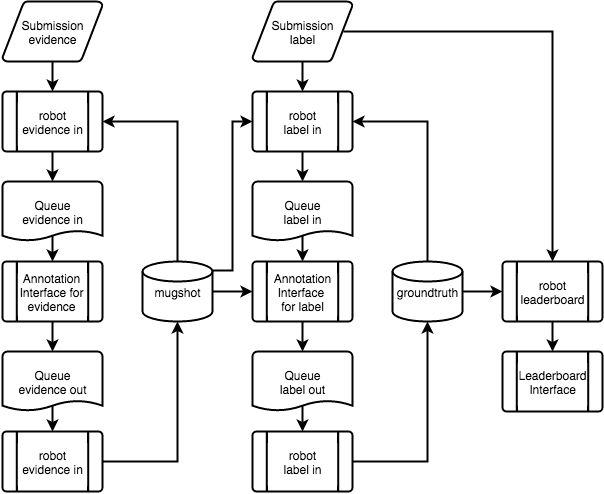
camomile-project/LREC2016 keeps this draw.io diagram as figs/annotation_process.png. Above is the earlier version. Source tidied: cells renumbered, new cells last; positions are measured from the earlier drawing's top-left corner, leaving out a move shared by most shapes. The source it was exported from:
```xml
<mxGraphModel background="#ffffff">
  <root>
    <mxCell id="0" />
    <mxCell id="1" parent="0" />
    <mxCell id="2" value="mugshot" style="strokeWidth=2;html=1;shape=mxgraph.flowchart.database;whiteSpace=wrap;" parent="1" vertex="1">
      <mxGeometry x="140" y="260" width="70" height="60" as="geometry" />
    </mxCell>
    <mxCell id="3" value="Annotation&lt;div&gt;Interface for evidence&lt;/div&gt;" style="strokeWidth=2;html=1;shape=mxgraph.flowchart.predefined_process;whiteSpace=wrap;" parent="1" vertex="1">
      <mxGeometry y="260" width="100" height="60" as="geometry" />
    </mxCell>
    <mxCell id="4" value="Submission&lt;div&gt;evidence&lt;/div&gt;" style="strokeWidth=2;html=1;shape=mxgraph.flowchart.data;whiteSpace=wrap;" parent="1" vertex="1">
      <mxGeometry width="100" height="60" as="geometry" />
    </mxCell>
    <mxCell id="5" style="endArrow=classic;html=1;exitX=0.5;exitY=1;exitPerimeter=0;entryX=0.5;entryY=0;entryPerimeter=0;strokeWidth=2;" parent="1" edge="1" source="4" target="8">
      <mxGeometry relative="1" as="geometry" />
    </mxCell>
    <mxCell id="6" value="Queue&lt;div&gt;evidence in&lt;/div&gt;" style="strokeWidth=2;html=1;shape=mxgraph.flowchart.document;whiteSpace=wrap;" parent="1" vertex="1">
      <mxGeometry y="180" width="100" height="60" as="geometry" />
    </mxCell>
    <mxCell id="7" style="endArrow=classic;html=1;exitX=0.5;exitY=0.9;exitPerimeter=0;strokeWidth=2;" parent="1" edge="1" source="6" target="3">
      <mxGeometry x="70" y="153" as="geometry" />
    </mxCell>
    <mxCell id="8" value="robot&lt;div&gt;evidence in&lt;/div&gt;" style="strokeWidth=2;html=1;shape=mxgraph.flowchart.predefined_process;whiteSpace=wrap;" parent="1" vertex="1">
      <mxGeometry y="90" width="100" height="60" as="geometry" />
    </mxCell>
    <mxCell id="9" style="edgeStyle=orthogonalEdgeStyle;rounded=0;html=1;exitX=0.5;exitY=1;exitPerimeter=0;entryX=0.5;entryY=0;entryPerimeter=0;strokeWidth=2;" parent="1" edge="1" source="8" target="6">
      <mxGeometry relative="1" as="geometry" />
    </mxCell>
    <mxCell id="10" style="edgeStyle=orthogonalEdgeStyle;rounded=0;html=1;exitX=0.5;exitY=0;exitPerimeter=0;entryX=1;entryY=0.5;entryPerimeter=0;strokeWidth=2;" parent="1" edge="1" source="2" target="8">
      <mxGeometry relative="1" as="geometry">
        <Array as="points">
          <mxPoint x="175" y="120" />
        </Array>
      </mxGeometry>
    </mxCell>
    <mxCell id="11" value="Queue&lt;div&gt;evidence out&lt;/div&gt;" style="strokeWidth=2;html=1;shape=mxgraph.flowchart.document;whiteSpace=wrap;" parent="1" vertex="1">
      <mxGeometry y="350" width="100" height="60" as="geometry" />
    </mxCell>
    <mxCell id="12" style="edgeStyle=orthogonalEdgeStyle;rounded=0;html=1;exitX=0.5;exitY=1;exitPerimeter=0;entryX=0.5;entryY=0;entryPerimeter=0;strokeWidth=2;" parent="1" edge="1" source="3" target="11">
      <mxGeometry relative="1" as="geometry" />
    </mxCell>
    <mxCell id="13" value="robot&lt;div&gt;evidence in&lt;/div&gt;" style="strokeWidth=2;html=1;shape=mxgraph.flowchart.predefined_process;whiteSpace=wrap;" parent="1" vertex="1">
      <mxGeometry y="430" width="100" height="60" as="geometry" />
    </mxCell>
    <mxCell id="14" style="edgeStyle=orthogonalEdgeStyle;rounded=0;html=1;exitX=0.5;exitY=0.9;exitPerimeter=0;entryX=0.5;entryY=0;entryPerimeter=0;strokeWidth=2;" parent="1" edge="1" source="11" target="13">
      <mxGeometry relative="1" as="geometry" />
    </mxCell>
    <mxCell id="15" style="edgeStyle=orthogonalEdgeStyle;rounded=0;html=1;exitX=1;exitY=0.5;exitPerimeter=0;entryX=0.5;entryY=1;entryPerimeter=0;strokeWidth=2;" parent="1" edge="1" source="13" target="2">
      <mxGeometry relative="1" as="geometry" />
    </mxCell>
    <mxCell id="16" value="groundtruth" style="strokeWidth=2;html=1;shape=mxgraph.flowchart.database;whiteSpace=wrap;" parent="1" vertex="1">
      <mxGeometry x="390" y="260" width="70" height="60" as="geometry" />
    </mxCell>
    <mxCell id="17" value="Annotation&lt;div&gt;Interface&amp;nbsp;&lt;/div&gt;&lt;div&gt;for label&lt;/div&gt;" style="strokeWidth=2;html=1;shape=mxgraph.flowchart.predefined_process;whiteSpace=wrap;" parent="1" vertex="1">
      <mxGeometry x="250" y="260" width="100" height="60" as="geometry" />
    </mxCell>
    <mxCell id="18" value="Submission&lt;div&gt;label&lt;/div&gt;" style="strokeWidth=2;html=1;shape=mxgraph.flowchart.data;whiteSpace=wrap;" parent="1" vertex="1">
      <mxGeometry x="250" width="100" height="60" as="geometry" />
    </mxCell>
    <mxCell id="19" style="endArrow=classic;html=1;exitX=0.5;exitY=1;exitPerimeter=0;entryX=0.5;entryY=0;entryPerimeter=0;strokeWidth=2;" parent="1" edge="1" source="18" target="22">
      <mxGeometry x="310" y="70" as="geometry" />
    </mxCell>
    <mxCell id="20" value="Queue&lt;div&gt;label in&lt;/div&gt;" style="strokeWidth=2;html=1;shape=mxgraph.flowchart.document;whiteSpace=wrap;" parent="1" vertex="1">
      <mxGeometry x="250" y="180" width="100" height="60" as="geometry" />
    </mxCell>
    <mxCell id="21" style="endArrow=classic;html=1;exitX=0.5;exitY=0.9;exitPerimeter=0;strokeWidth=2;" parent="1" edge="1" source="20" target="17">
      <mxGeometry x="320" y="153" as="geometry" />
    </mxCell>
    <mxCell id="22" value="robot&lt;div&gt;label in&lt;/div&gt;" style="strokeWidth=2;html=1;shape=mxgraph.flowchart.predefined_process;whiteSpace=wrap;" parent="1" vertex="1">
      <mxGeometry x="250" y="90" width="100" height="60" as="geometry" />
    </mxCell>
    <mxCell id="23" style="edgeStyle=orthogonalEdgeStyle;rounded=0;html=1;exitX=0.5;exitY=1;exitPerimeter=0;entryX=0.5;entryY=0;entryPerimeter=0;strokeWidth=2;" parent="1" edge="1" source="22" target="20">
      <mxGeometry x="310" y="160" as="geometry" />
    </mxCell>
    <mxCell id="24" style="edgeStyle=orthogonalEdgeStyle;rounded=0;html=1;exitX=0.5;exitY=0;exitPerimeter=0;entryX=1;entryY=0.5;entryPerimeter=0;strokeWidth=2;" parent="1" edge="1" source="16" target="22">
      <mxGeometry x="360" y="130" as="geometry">
        <Array as="points">
          <mxPoint x="425" y="120" />
        </Array>
      </mxGeometry>
    </mxCell>
    <mxCell id="25" value="Queue&lt;div&gt;label out&lt;/div&gt;" style="strokeWidth=2;html=1;shape=mxgraph.flowchart.document;whiteSpace=wrap;" parent="1" vertex="1">
      <mxGeometry x="250" y="350" width="100" height="60" as="geometry" />
    </mxCell>
    <mxCell id="26" style="edgeStyle=orthogonalEdgeStyle;rounded=0;html=1;exitX=0.5;exitY=1;exitPerimeter=0;entryX=0.5;entryY=0;entryPerimeter=0;strokeWidth=2;" parent="1" edge="1" source="17" target="25">
      <mxGeometry x="310" y="330" as="geometry" />
    </mxCell>
    <mxCell id="27" value="robot&lt;div&gt;label in&lt;/div&gt;" style="strokeWidth=2;html=1;shape=mxgraph.flowchart.predefined_process;whiteSpace=wrap;" parent="1" vertex="1">
      <mxGeometry x="250" y="430" width="100" height="60" as="geometry" />
    </mxCell>
    <mxCell id="28" style="edgeStyle=orthogonalEdgeStyle;rounded=0;html=1;exitX=0.5;exitY=0.9;exitPerimeter=0;entryX=0.5;entryY=0;entryPerimeter=0;strokeWidth=2;" parent="1" edge="1" source="25" target="27">
      <mxGeometry x="310" y="414" as="geometry" />
    </mxCell>
    <mxCell id="29" style="edgeStyle=orthogonalEdgeStyle;rounded=0;html=1;exitX=1;exitY=0.5;exitPerimeter=0;entryX=0.5;entryY=1;entryPerimeter=0;strokeWidth=2;" parent="1" edge="1" source="27" target="16">
      <mxGeometry x="360" y="160" as="geometry" />
    </mxCell>
    <mxCell id="30" style="edgeStyle=orthogonalEdgeStyle;rounded=0;html=1;exitX=1;exitY=0.5;exitPerimeter=0;entryX=0;entryY=0.5;entryPerimeter=0;strokeWidth=2;" parent="1" edge="1" source="2" target="17">
      <mxGeometry relative="1" as="geometry">
        <Array as="points">
          <mxPoint x="220" y="290" />
          <mxPoint x="220" y="290" />
        </Array>
      </mxGeometry>
    </mxCell>
    <mxCell id="31" value="&lt;div&gt;robot&lt;/div&gt;leaderboard" style="strokeWidth=2;html=1;shape=mxgraph.flowchart.predefined_process;whiteSpace=wrap;" parent="1" vertex="1">
      <mxGeometry x="500" y="260" width="100" height="60" as="geometry" />
    </mxCell>
    <mxCell id="32" style="edgeStyle=orthogonalEdgeStyle;rounded=0;html=1;exitX=0.905;exitY=0.5;exitPerimeter=0;entryX=0.5;entryY=0;entryPerimeter=0;strokeWidth=2;" parent="1" edge="1" source="18" target="31">
      <mxGeometry relative="1" as="geometry">
        <Array as="points">
          <mxPoint x="550" y="30" />
        </Array>
      </mxGeometry>
    </mxCell>
    <mxCell id="33" style="edgeStyle=orthogonalEdgeStyle;rounded=0;html=1;exitX=1;exitY=0.5;exitPerimeter=0;entryX=0;entryY=0.5;entryPerimeter=0;strokeWidth=2;" parent="1" edge="1" source="16" target="31">
      <mxGeometry relative="1" as="geometry" />
    </mxCell>
    <mxCell id="34" value="Leaderboard&lt;div&gt;Interface&lt;/div&gt;" style="strokeWidth=2;html=1;shape=mxgraph.flowchart.predefined_process;whiteSpace=wrap;" parent="1" vertex="1">
      <mxGeometry x="500" y="350" width="100" height="60" as="geometry" />
    </mxCell>
    <mxCell id="35" style="edgeStyle=orthogonalEdgeStyle;rounded=0;html=1;exitX=0.5;exitY=1;exitPerimeter=0;entryX=0.5;entryY=0;entryPerimeter=0;strokeWidth=2;" parent="1" edge="1" source="31" target="34">
      <mxGeometry relative="1" as="geometry" />
    </mxCell>
    <mxCell id="36" style="edgeStyle=orthogonalEdgeStyle;rounded=0;html=1;exitX=1;exitY=0.15;exitPerimeter=0;entryX=0;entryY=0.5;entryPerimeter=0;strokeWidth=2;" parent="1" edge="1" source="2" target="22">
      <mxGeometry relative="1" as="geometry" />
    </mxCell>
  </root>
</mxGraphModel>
```
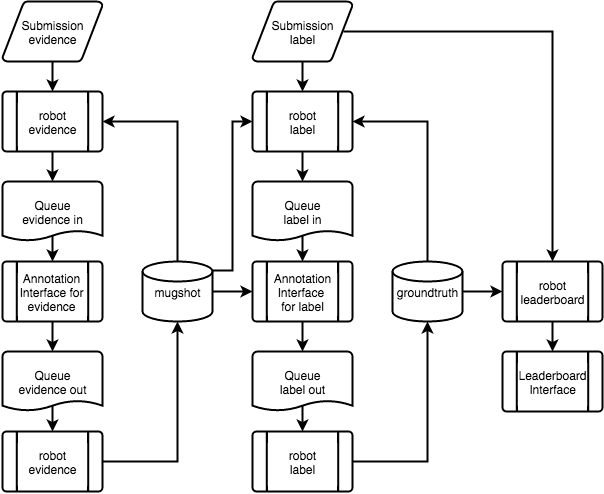
Above is the later version.

Commit message:
correct image annotation process

Change to the diagram source:
```diff
@@ -20,7 +20,7 @@
     <mxCell id="7" style="endArrow=classic;html=1;exitX=0.5;exitY=0.9;exitPerimeter=0;strokeWidth=2;" parent="1" edge="1" source="6" target="3">
       <mxGeometry x="70" y="153" as="geometry" />
     </mxCell>
-    <mxCell id="8" value="robot&lt;div&gt;evidence in&lt;/div&gt;" style="strokeWidth=2;html=1;shape=mxgraph.flowchart.predefined_process;whiteSpace=wrap;" parent="1" vertex="1">
+    <mxCell id="8" value="robot&lt;div&gt;evidence&lt;/div&gt;" style="strokeWidth=2;html=1;shape=mxgraph.flowchart.predefined_process;whiteSpace=wrap;" parent="1" vertex="1">
       <mxGeometry y="90" width="100" height="60" as="geometry" />
     </mxCell>
     <mxCell id="9" style="edgeStyle=orthogonalEdgeStyle;rounded=0;html=1;exitX=0.5;exitY=1;exitPerimeter=0;entryX=0.5;entryY=0;entryPerimeter=0;strokeWidth=2;" parent="1" edge="1" source="8" target="6">
@@ -39,7 +39,7 @@
     <mxCell id="12" style="edgeStyle=orthogonalEdgeStyle;rounded=0;html=1;exitX=0.5;exitY=1;exitPerimeter=0;entryX=0.5;entryY=0;entryPerimeter=0;strokeWidth=2;" parent="1" edge="1" source="3" target="11">
       <mxGeometry relative="1" as="geometry" />
     </mxCell>
-    <mxCell id="13" value="robot&lt;div&gt;evidence in&lt;/div&gt;" style="strokeWidth=2;html=1;shape=mxgraph.flowchart.predefined_process;whiteSpace=wrap;" parent="1" vertex="1">
+    <mxCell id="13" value="robot&lt;div&gt;evidence&lt;/div&gt;" style="strokeWidth=2;html=1;shape=mxgraph.flowchart.predefined_process;whiteSpace=wrap;" parent="1" vertex="1">
       <mxGeometry y="430" width="100" height="60" as="geometry" />
     </mxCell>
     <mxCell id="14" style="edgeStyle=orthogonalEdgeStyle;rounded=0;html=1;exitX=0.5;exitY=0.9;exitPerimeter=0;entryX=0.5;entryY=0;entryPerimeter=0;strokeWidth=2;" parent="1" edge="1" source="11" target="13">
@@ -66,7 +66,7 @@
     <mxCell id="21" style="endArrow=classic;html=1;exitX=0.5;exitY=0.9;exitPerimeter=0;strokeWidth=2;" parent="1" edge="1" source="20" target="17">
       <mxGeometry x="320" y="153" as="geometry" />
     </mxCell>
-    <mxCell id="22" value="robot&lt;div&gt;label in&lt;/div&gt;" style="strokeWidth=2;html=1;shape=mxgraph.flowchart.predefined_process;whiteSpace=wrap;" parent="1" vertex="1">
+    <mxCell id="22" value="robot&lt;div&gt;label&lt;/div&gt;" style="strokeWidth=2;html=1;shape=mxgraph.flowchart.predefined_process;whiteSpace=wrap;" parent="1" vertex="1">
       <mxGeometry x="250" y="90" width="100" height="60" as="geometry" />
     </mxCell>
     <mxCell id="23" style="edgeStyle=orthogonalEdgeStyle;rounded=0;html=1;exitX=0.5;exitY=1;exitPerimeter=0;entryX=0.5;entryY=0;entryPerimeter=0;strokeWidth=2;" parent="1" edge="1" source="22" target="20">
@@ -85,7 +85,7 @@
     <mxCell id="26" style="edgeStyle=orthogonalEdgeStyle;rounded=0;html=1;exitX=0.5;exitY=1;exitPerimeter=0;entryX=0.5;entryY=0;entryPerimeter=0;strokeWidth=2;" parent="1" edge="1" source="17" target="25">
       <mxGeometry x="310" y="330" as="geometry" />
     </mxCell>
-    <mxCell id="27" value="robot&lt;div&gt;label in&lt;/div&gt;" style="strokeWidth=2;html=1;shape=mxgraph.flowchart.predefined_process;whiteSpace=wrap;" parent="1" vertex="1">
+    <mxCell id="27" value="robot&lt;div&gt;label&lt;/div&gt;" style="strokeWidth=2;html=1;shape=mxgraph.flowchart.predefined_process;whiteSpace=wrap;" parent="1" vertex="1">
       <mxGeometry x="250" y="430" width="100" height="60" as="geometry" />
     </mxCell>
     <mxCell id="28" style="edgeStyle=orthogonalEdgeStyle;rounded=0;html=1;exitX=0.5;exitY=0.9;exitPerimeter=0;entryX=0.5;entryY=0;entryPerimeter=0;strokeWidth=2;" parent="1" edge="1" source="25" target="27">
```
